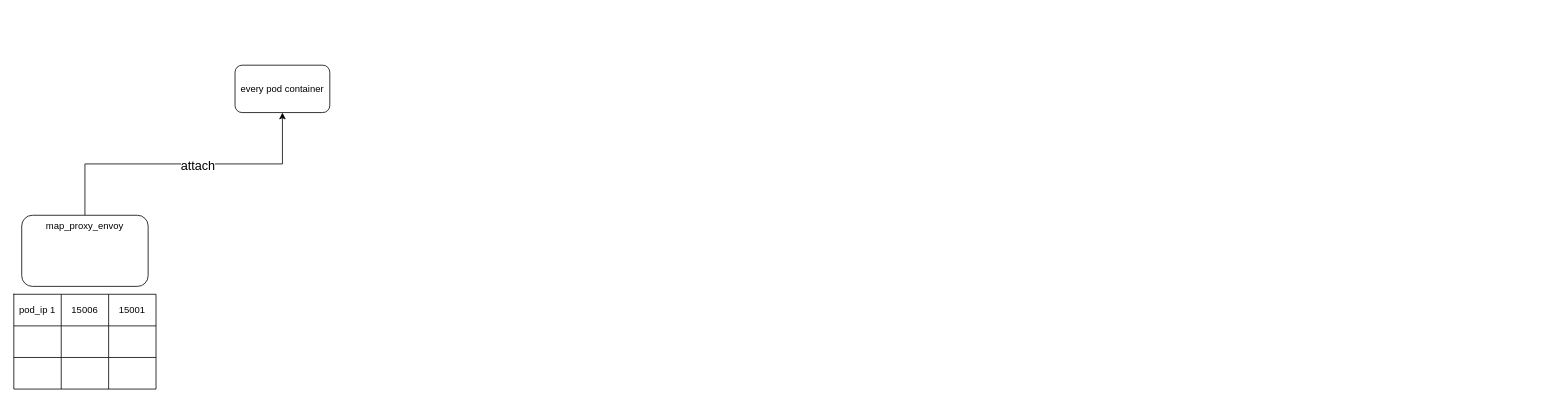
xu1zhou/Documents keeps this draw.io diagram as Luyao_bypass_workflow.drawio. Above is the earlier version. Source tidied: cells renumbered, new cells numbered last; positions are measured from the earlier drawing's top-left corner, leaving out a move shared by most shapes. Both pictures are drawn from the tidied source at 79%, with x=0, y=0 at pixel (13, 65).
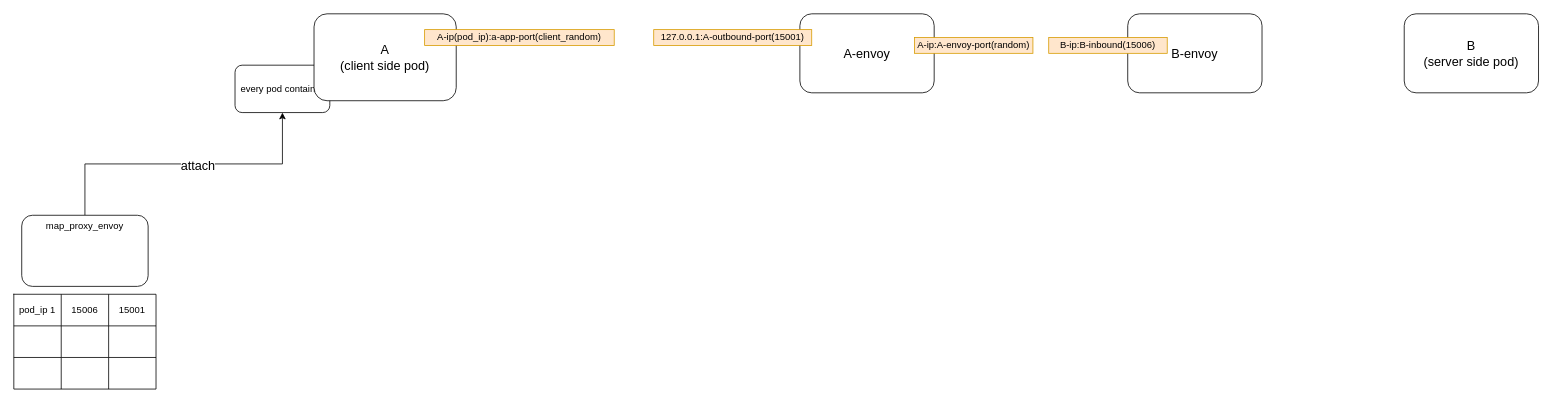
The same diagram, later.

Diff of the diagram source:
```diff
@@
+    <mxCell id="19" value="A-envoy" style="rounded=1;whiteSpace=wrap;html=1;fontSize=16;" parent="1" vertex="1">
+      <mxGeometry x="995" y="-65" width="170" height="100" as="geometry" />
+    </mxCell>
@@
+    <mxCell id="20" value="A&lt;br&gt;(client side pod)" style="rounded=1;whiteSpace=wrap;html=1;fontSize=16;" parent="1" vertex="1">
+      <mxGeometry x="380" y="-65" width="180" height="110" as="geometry" />
+    </mxCell>
+    <mxCell id="21" value="B&lt;br&gt;(server side pod)" style="rounded=1;whiteSpace=wrap;html=1;fontSize=16;" parent="1" vertex="1">
+      <mxGeometry x="1760" y="-65" width="170" height="100" as="geometry" />
+    </mxCell>
+    <mxCell id="22" value="A-ip(pod_ip):a-app-port(client_random)" style="text;html=1;strokeColor=#d79b00;fillColor=#ffe6cc;align=center;verticalAlign=middle;whiteSpace=wrap;rounded=0;fontSize=12;" parent="1" vertex="1">
+      <mxGeometry x="520" y="-45" width="240" height="20" as="geometry" />
+    </mxCell>
+    <mxCell id="23" value="127.0.0.1:A-outbound-port(15001)" style="text;html=1;strokeColor=#d79b00;fillColor=#ffe6cc;align=center;verticalAlign=middle;whiteSpace=wrap;rounded=0;fontSize=12;" parent="1" vertex="1">
+      <mxGeometry x="810" y="-45" width="200" height="20" as="geometry" />
+    </mxCell>
+    <mxCell id="24" value="B-envoy" style="rounded=1;whiteSpace=wrap;html=1;fontSize=16;" parent="1" vertex="1">
+      <mxGeometry x="1410" y="-65" width="170" height="100" as="geometry" />
+    </mxCell>
+    <mxCell id="25" value="B-ip:B-inbound(15006)" style="text;html=1;strokeColor=#d79b00;fillColor=#ffe6cc;align=center;verticalAlign=middle;whiteSpace=wrap;rounded=0;fontSize=12;" parent="1" vertex="1">
+      <mxGeometry x="1310" y="-35" width="150" height="20" as="geometry" />
+    </mxCell>
+    <mxCell id="26" value="A-ip:A-envoy-port(random)" style="text;html=1;strokeColor=#d79b00;fillColor=#ffe6cc;align=center;verticalAlign=middle;whiteSpace=wrap;rounded=0;fontSize=12;" parent="1" vertex="1">
+      <mxGeometry x="1140" y="-35" width="150" height="20" as="geometry" />
+    </mxCell>
```
